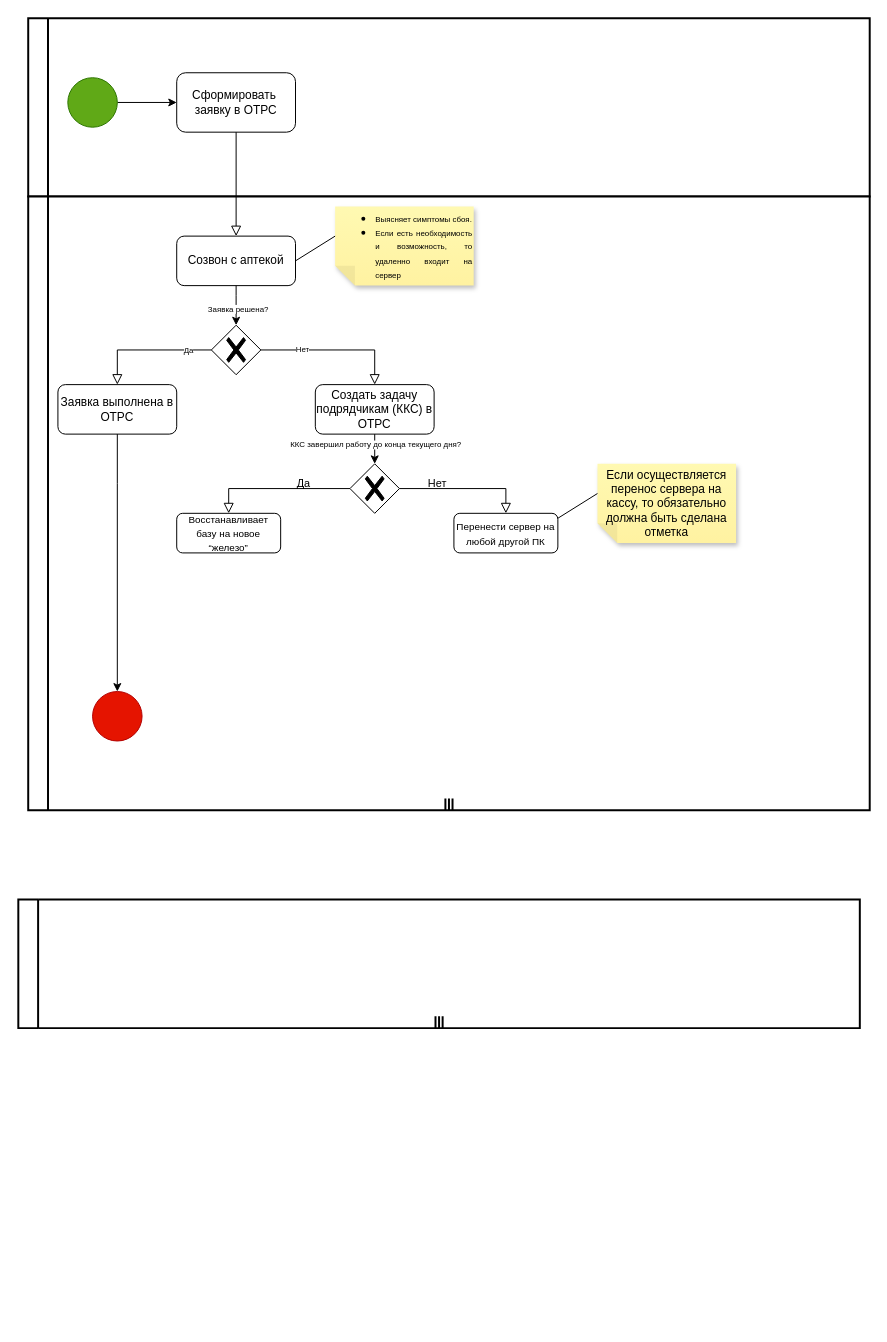
This is Диаграмма без названия.drawio from MissAzhara/hello-world, a draw.io file, before an edit. Source tidied: cells renumbered, new cells numbered last; positions are measured from the earlier drawing's top-left corner, leaving out a move shared by most shapes. Both pictures are drawn from the tidied source at 99%, with x=0, y=0 at pixel (18, 18).
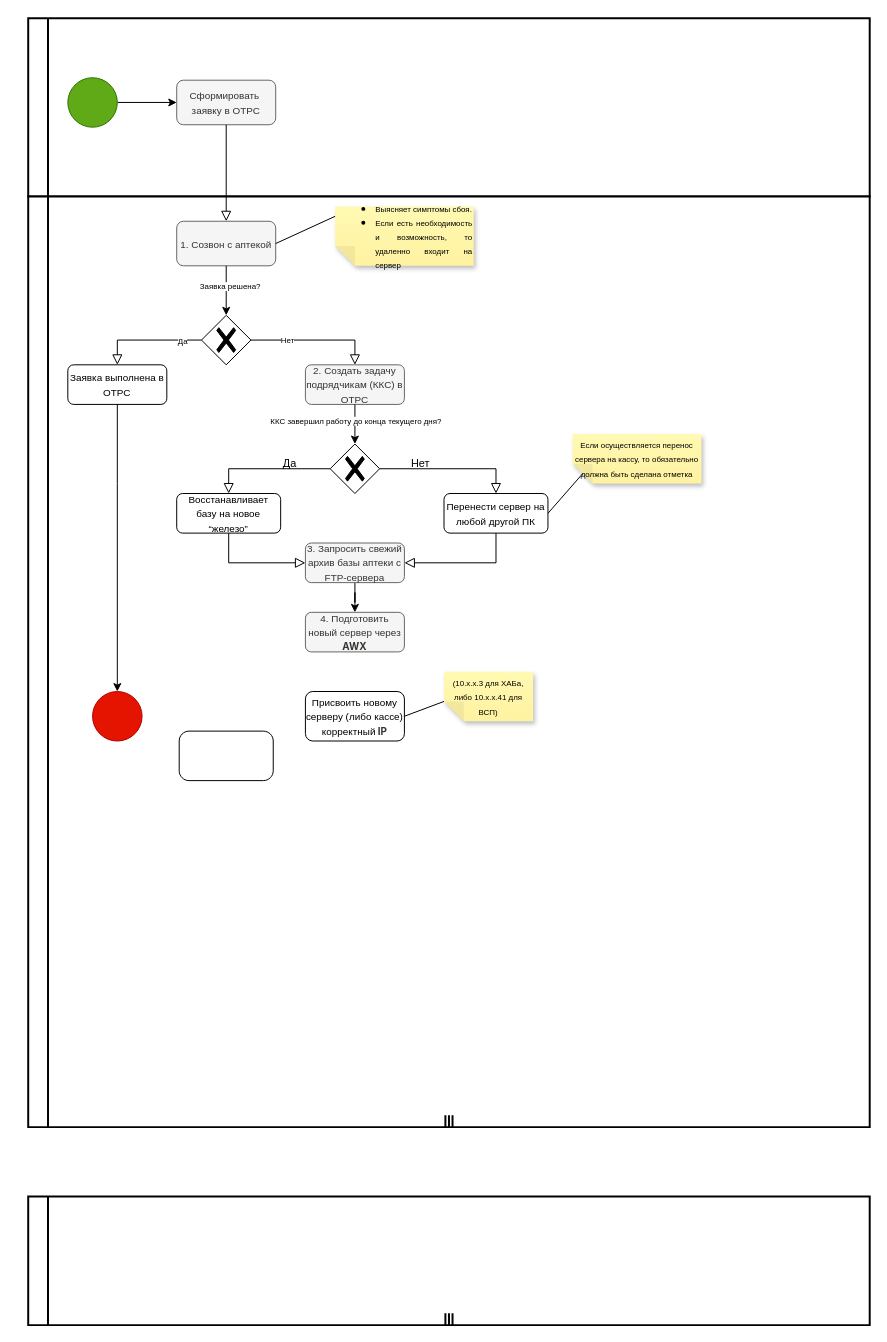
The same page after the edit.

The change refers to these unchanged cells:
```xml
<mxCell id="2" style="swimlane;html=1;startSize=20;fontStyle=0;horizontal=0;swimlaneLine=1;swimlaneFillColor=#ffffff;strokeWidth=2;whiteSpace=wrap;" parent="1" vertex="1">
  <mxGeometry x="10" width="850" height="180" as="geometry" />
</mxCell>
```

Diff of the diagram source:
```diff
@@
-    <mxCell id="5" value="Сформировать&amp;nbsp; заявку в ОТРС" style="rounded=1;whiteSpace=wrap;html=1;fontSize=12;glass=0;strokeWidth=1;shadow=0;" parent="2" vertex="1">
-      <mxGeometry x="150" y="55" width="120" height="60" as="geometry" />
+    <mxCell id="5" value="&lt;font style=&quot;font-size: 10px;&quot;&gt;Сформировать&amp;nbsp; заявку в ОТРС&lt;/font&gt;" style="rounded=1;whiteSpace=wrap;html=1;fontSize=12;glass=0;strokeWidth=1;shadow=0;fillColor=#f5f5f5;fontColor=#333333;strokeColor=#666666;" parent="2" vertex="1">
+      <mxGeometry x="150" y="62.5" width="100" height="45" as="geometry" />
     </mxCell>
     <mxCell id="6" style="shape=mxgraph.bpmn.swimlane;html=1;startSize=20;horizontal=0;swimlaneLine=1;fontStyle=0;swimlaneFillColor=#ffffff;strokeWidth=2;isCollection=1;whiteSpace=wrap;" parent="1" vertex="1">
-      <mxGeometry x="10" y="180" width="850" height="620" as="geometry" />
+      <mxGeometry x="10" y="180" width="850" height="940" as="geometry" />
     </mxCell>
     <mxCell id="7" style="shape=mxgraph.bpmn.swimlane;html=1;startSize=20;horizontal=0;swimlaneLine=1;fontStyle=0;swimlaneFillColor=#ffffff;strokeWidth=2;isCollection=1;whiteSpace=wrap;" parent="1" vertex="1">
-      <mxGeometry y="890" width="850" height="130" as="geometry" />
+      <mxGeometry x="10" y="1190" width="850" height="130" as="geometry" />
     </mxCell>
-    <mxCell id="8" value="Созвон с аптекой" style="rounded=1;whiteSpace=wrap;html=1;fontSize=12;glass=0;strokeWidth=1;shadow=0;" parent="1" vertex="1">
-      <mxGeometry x="160" y="220" width="120" height="50" as="geometry" />
+    <mxCell id="8" value="&lt;font style=&quot;font-size: 10px;&quot;&gt;1. Созвон с аптекой&lt;/font&gt;" style="rounded=1;whiteSpace=wrap;html=1;fontSize=12;glass=0;strokeWidth=1;shadow=0;fillColor=#f5f5f5;fontColor=#333333;strokeColor=#666666;" parent="1" vertex="1">
+      <mxGeometry x="160" y="205" width="100" height="45" as="geometry" />
     </mxCell>
-    <mxCell id="9" style="rounded=0;html=1;jettySize=auto;fontSize=11;endArrow=block;endFill=0;endSize=8;strokeWidth=1;shadow=0;labelBackgroundColor=none;edgeStyle=orthogonalEdgeStyle;exitX=1;exitY=0.5;exitDx=0;exitDy=0;exitPerimeter=0;" parent="1" edge="1" source="18" target="15">
+    <mxCell id="9" style="rounded=0;html=1;jettySize=auto;fontSize=11;endArrow=block;endFill=0;endSize=8;strokeWidth=1;shadow=0;labelBackgroundColor=none;edgeStyle=orthogonalEdgeStyle;exitX=1;exitY=0.5;exitDx=0;exitDy=0;exitPerimeter=0;entryX=0.5;entryY=0;entryDx=0;entryDy=0;" parent="1" edge="1" source="18" target="15">
       <mxGeometry relative="1" as="geometry" />
     </mxCell>
@@
     <mxCell id="11" value="&lt;font style=&quot;font-size: 10px;&quot;&gt;Восстанавливает базу на новое “железо”&lt;/font&gt;" style="rounded=1;whiteSpace=wrap;html=1;fontSize=12;glass=0;strokeWidth=1;shadow=0;" parent="1" vertex="1">
-      <mxGeometry x="160" y="500" width="105" height="40" as="geometry" />
+      <mxGeometry x="160" y="480" width="105" height="40" as="geometry" />
     </mxCell>
@@
-    <mxCell id="14" value="Заявка выполнена в ОТРС" style="rounded=1;whiteSpace=wrap;html=1;fontSize=12;glass=0;strokeWidth=1;shadow=0;" parent="1" vertex="1">
-      <mxGeometry x="40" y="370" width="120" height="50" as="geometry" />
+    <mxCell id="14" value="&lt;font style=&quot;font-size: 10px;&quot;&gt;Заявка выполнена в ОТРС&lt;/font&gt;" style="rounded=1;whiteSpace=wrap;html=1;fontSize=12;glass=0;strokeWidth=1;shadow=0;" parent="1" vertex="1">
+      <mxGeometry x="50" y="350" width="100" height="40" as="geometry" />
     </mxCell>
-    <mxCell id="15" value="Создать задачу подрядчикам (ККС) в ОТРС" style="rounded=1;whiteSpace=wrap;html=1;fontSize=12;glass=0;strokeWidth=1;shadow=0;" parent="1" vertex="1">
-      <mxGeometry x="300" y="370" width="120" height="50" as="geometry" />
+    <mxCell id="15" value="&lt;font style=&quot;font-size: 10px;&quot;&gt;2. Создать задачу подрядчикам (ККС) в ОТРС&lt;/font&gt;" style="rounded=1;whiteSpace=wrap;html=1;fontSize=12;glass=0;strokeWidth=1;shadow=0;fillColor=#f5f5f5;fontColor=#333333;strokeColor=#666666;" parent="1" vertex="1">
+      <mxGeometry x="290" y="350" width="100" height="40" as="geometry" />
     </mxCell>
@@
     <mxCell id="18" style="points=[[0.25,0.25,0],[0.5,0,0],[0.75,0.25,0],[1,0.5,0],[0.75,0.75,0],[0.5,1,0],[0.25,0.75,0],[0,0.5,0]];shape=mxgraph.bpmn.gateway2;html=1;verticalLabelPosition=bottom;labelBackgroundColor=#ffffff;verticalAlign=top;align=center;perimeter=rhombusPerimeter;outlineConnect=0;outline=none;symbol=none;gwType=exclusive;" parent="1" vertex="1">
-      <mxGeometry x="195" y="310" width="50" height="50" as="geometry" />
+      <mxGeometry x="185" y="300" width="50" height="50" as="geometry" />
     </mxCell>
     <mxCell id="19" value="&lt;div style=&quot;text-align: justify;&quot;&gt;&lt;ul&gt;&lt;li&gt;&lt;span style=&quot;background-color: initial;&quot;&gt;&lt;font style=&quot;font-size: 8px;&quot;&gt;Выясняет симптомы сбоя.&lt;/font&gt;&lt;/span&gt;&lt;/li&gt;&lt;li&gt;&lt;span style=&quot;background-color: initial;&quot;&gt;&lt;font style=&quot;font-size: 8px;&quot;&gt;Если есть необходимость и возможность, то удаленно входит на сервер&lt;/font&gt;&lt;/span&gt;&lt;/li&gt;&lt;/ul&gt;&lt;/div&gt;" style="shape=note;whiteSpace=wrap;html=1;backgroundOutline=1;fontColor=#000000;darkOpacity=0.05;fillColor=#FFF9B2;strokeColor=none;fillStyle=solid;direction=west;gradientDirection=north;gradientColor=#FFF2A1;shadow=1;size=20;" parent="1" vertex="1">
-      <mxGeometry x="320" y="190" width="140" height="80" as="geometry" />
+      <mxGeometry x="320" y="190" width="140" height="60" as="geometry" />
     </mxCell>
@@
-    <mxCell id="23" style="edgeStyle=orthogonalEdgeStyle;rounded=0;jettySize=auto;html=1;fontSize=8;exitX=0.5;exitY=1;exitDx=0;exitDy=0;entryX=0.5;entryY=0;entryDx=0;entryDy=0;entryPerimeter=0;" parent="1" edge="1" source="8" target="18">
-      <mxGeometry relative="1" as="geometry">
-        <Array as="points">
-          <mxPoint x="220" y="280" />
-          <mxPoint x="220" y="280" />
-        </Array>
-      </mxGeometry>
+    <mxCell id="23" style="edgeStyle=orthogonalEdgeStyle;rounded=0;jettySize=auto;html=1;fontSize=8;exitX=0.5;exitY=1;exitDx=0;exitDy=0;" parent="1" edge="1" source="8" target="18">
+      <mxGeometry relative="1" as="geometry" />
     </mxCell>
     <mxCell id="24" value="Заявка решена?" style="edgeLabel;html=1;align=center;verticalAlign=middle;fontSize=8;" parent="23" vertex="1">
-      <mxGeometry x="0.14" y="1" relative="1" as="geometry" />
+      <mxGeometry x="0.14" y="1" relative="1" as="geometry">
+        <mxPoint x="2" y="-9" as="offset" />
+      </mxGeometry>
     </mxCell>
     <mxCell id="25" style="points=[[0.25,0.25,0],[0.5,0,0],[0.75,0.25,0],[1,0.5,0],[0.75,0.75,0],[0.5,1,0],[0.25,0.75,0],[0,0.5,0]];shape=mxgraph.bpmn.gateway2;html=1;verticalLabelPosition=bottom;labelBackgroundColor=#ffffff;verticalAlign=top;align=center;perimeter=rhombusPerimeter;outlineConnect=0;outline=none;symbol=none;gwType=exclusive;" parent="1" vertex="1">
-      <mxGeometry x="335" y="450" width="50" height="50" as="geometry" />
+      <mxGeometry x="315" y="430" width="50" height="50" as="geometry" />
     </mxCell>
@@
     <mxCell id="28" value="&lt;font style=&quot;font-size: 10px;&quot;&gt;Перенести сервер на любой другой ПК&lt;/font&gt;" style="rounded=1;whiteSpace=wrap;html=1;fontSize=12;glass=0;strokeWidth=1;shadow=0;" parent="1" vertex="1">
-      <mxGeometry x="440" y="500" width="105" height="40" as="geometry" />
+      <mxGeometry x="430" y="480" width="105" height="40" as="geometry" />
     </mxCell>
@@
-    <mxCell id="30" value="Если осуществляется перенос сервера на кассу, то обязательно должна быть сделана отметка&lt;div style=&quot;text-align: justify;&quot;&gt;&lt;/div&gt;" style="shape=note;whiteSpace=wrap;html=1;backgroundOutline=1;fontColor=#000000;darkOpacity=0.05;fillColor=#FFF9B2;strokeColor=none;fillStyle=solid;direction=west;gradientDirection=north;gradientColor=#FFF2A1;shadow=1;size=20;" parent="1" vertex="1">
-      <mxGeometry x="585" y="450" width="140" height="80" as="geometry" />
+    <mxCell id="30" value="&lt;font style=&quot;font-size: 8px;&quot;&gt;Если осуществляется перенос сервера на кассу, то обязательно должна быть сделана отметка&lt;/font&gt;&lt;div style=&quot;text-align: justify;&quot;&gt;&lt;/div&gt;" style="shape=note;whiteSpace=wrap;html=1;backgroundOutline=1;fontColor=#000000;darkOpacity=0.05;fillColor=#FFF9B2;strokeColor=none;fillStyle=solid;direction=west;gradientDirection=north;gradientColor=#FFF2A1;shadow=1;size=20;" parent="1" vertex="1">
+      <mxGeometry x="560" y="420" width="130" height="50" as="geometry" />
     </mxCell>
-    <mxCell id="31" style="endArrow=none;html=1;rounded=0;fontSize=8;entryX=0;entryY=0;entryDx=140;entryDy=50;entryPerimeter=0;exitX=1;exitY=0.5;exitDx=0;exitDy=0;" parent="1" edge="1" target="30">
-      <mxGeometry relative="1" as="geometry">
-        <mxPoint x="545" y="505" as="sourcePoint" />
-      </mxGeometry>
+    <mxCell id="31" style="endArrow=none;html=1;rounded=0;fontSize=8;exitX=1;exitY=0.5;exitDx=0;exitDy=0;entryX=0;entryY=0;entryDx=120;entryDy=10;entryPerimeter=0;" parent="1" edge="1" source="28" target="30">
+      <mxGeometry relative="1" as="geometry" />
     </mxCell>
+    <mxCell id="32" style="edgeStyle=orthogonalEdgeStyle;rounded=0;jettySize=auto;html=1;fontSize=10;" parent="1" edge="1" source="33" target="34">
+      <mxGeometry relative="1" as="geometry" />
+    </mxCell>
+    <mxCell id="33" value="&lt;font style=&quot;font-size: 10px;&quot;&gt;&lt;font style=&quot;&quot;&gt;3. Запросить&amp;nbsp;&lt;/font&gt;свежий архив базы аптеки с FTP-сервера&lt;/font&gt;" style="rounded=1;whiteSpace=wrap;html=1;fontSize=12;glass=0;strokeWidth=1;shadow=0;fillColor=#f5f5f5;fontColor=#333333;strokeColor=#666666;" parent="1" vertex="1">
+      <mxGeometry x="290" y="530" width="100" height="40" as="geometry" />
+    </mxCell>
+    <mxCell id="34" value="&lt;font style=&quot;font-size: 10px;&quot;&gt;&lt;font style=&quot;&quot;&gt;4.&amp;nbsp;&lt;/font&gt;Подготовить новый сервер через &lt;strong style=&quot;box-sizing: border-box; -webkit-print-color-adjust: exact; color: rgb(55, 53, 47); font-family: ui-sans-serif, -apple-system, BlinkMacSystemFont, &amp;quot;Segoe UI&amp;quot;, Helvetica, &amp;quot;Apple Color Emoji&amp;quot;, Arial, sans-serif, &amp;quot;Segoe UI Emoji&amp;quot;, &amp;quot;Segoe UI Symbol&amp;quot;; text-align: left;&quot;&gt;AWX&lt;/strong&gt;&lt;/font&gt;" style="rounded=1;whiteSpace=wrap;html=1;fontSize=12;glass=0;strokeWidth=1;shadow=0;fillColor=#f5f5f5;fontColor=#333333;strokeColor=#666666;" parent="1" vertex="1">
+      <mxGeometry x="290" y="600" width="100" height="40" as="geometry" />
+    </mxCell>
+    <mxCell id="35" style="edgeStyle=orthogonalEdgeStyle;rounded=0;html=1;jettySize=auto;fontSize=11;endArrow=block;endFill=0;endSize=8;strokeWidth=1;shadow=0;labelBackgroundColor=none;exitX=0.5;exitY=1;exitDx=0;exitDy=0;entryX=0;entryY=0.5;entryDx=0;entryDy=0;" parent="1" edge="1" source="11" target="33">
+      <mxGeometry x="-0.3" y="-10" relative="1" as="geometry" />
+    </mxCell>
+    <mxCell id="36" style="edgeStyle=orthogonalEdgeStyle;rounded=0;html=1;jettySize=auto;fontSize=11;endArrow=block;endFill=0;endSize=8;strokeWidth=1;shadow=0;labelBackgroundColor=none;exitX=0.5;exitY=1;exitDx=0;exitDy=0;entryX=1;entryY=0.5;entryDx=0;entryDy=0;" parent="1" edge="1" source="28" target="33">
+      <mxGeometry x="-0.3" y="-10" relative="1" as="geometry" />
+    </mxCell>
+    <mxCell id="37" style="shape=mxgraph.bpmn.task;whiteSpace=wrap;rectStyle=rounded;size=10;html=1;taskMarker=abstract;fontSize=10;" parent="1" vertex="1">
+      <mxGeometry x="162.5" y="720" width="95" height="50" as="geometry" />
+    </mxCell>
+    <mxCell id="38" value="&lt;font style=&quot;font-size: 8px;&quot;&gt;(10.x.x.3 для ХАБа, либо 10.x.x.41 для ВСП)&lt;/font&gt;&lt;br&gt;&lt;div style=&quot;text-align: justify;&quot;&gt;&lt;/div&gt;" style="shape=note;whiteSpace=wrap;html=1;backgroundOutline=1;fontColor=#000000;darkOpacity=0.05;fillColor=#FFF9B2;strokeColor=none;fillStyle=solid;direction=west;gradientDirection=north;gradientColor=#FFF2A1;shadow=1;size=20;" parent="1" vertex="1">
+      <mxGeometry x="430" y="660" width="90" height="50" as="geometry" />
+    </mxCell>
+    <mxCell id="39" style="endArrow=none;html=1;rounded=0;fontSize=8;exitX=1;exitY=0.5;exitDx=0;exitDy=0;entryX=0;entryY=0;entryDx=90;entryDy=20;entryPerimeter=0;" parent="1" edge="1" source="40" target="38">
+      <mxGeometry relative="1" as="geometry" />
+    </mxCell>
+    <mxCell id="40" value="&lt;font style=&quot;font-size: 10px;&quot;&gt;Присвоить новому серверу (либо кассе) корректный&lt;strong style=&quot;border-color: var(--border-color); box-sizing: border-box; -webkit-print-color-adjust: exact; color: rgb(55, 53, 47); font-family: ui-sans-serif, -apple-system, BlinkMacSystemFont, &amp;quot;Segoe UI&amp;quot;, Helvetica, &amp;quot;Apple Color Emoji&amp;quot;, Arial, sans-serif, &amp;quot;Segoe UI Emoji&amp;quot;, &amp;quot;Segoe UI Symbol&amp;quot;; text-align: left;&quot;&gt;&amp;nbsp;IP&lt;/strong&gt;&lt;/font&gt;" style="rounded=1;whiteSpace=wrap;html=1;fontSize=12;glass=0;strokeWidth=1;shadow=0;" parent="1" vertex="1">
+      <mxGeometry x="290" y="680" width="100" height="50" as="geometry" />
+    </mxCell>
```
